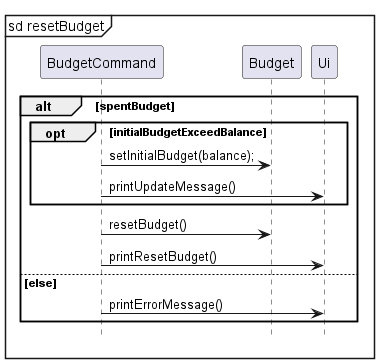
Above: docs/images/resetBudget.png in nus-cs2113-AY2324S1/tp (PlantUML), before the change. Source of this version:
```plantuml
@startuml

mainframe sd resetBudget
participant BudgetCommand
participant Budget
participant Ui

alt spentBudget
    opt initialBudgetExceedBalance
        BudgetCommand -> Budget: setInitialBudget(balance);
        BudgetCommand -> Ui: printUpdateMessage()
    end
    BudgetCommand -> Budget: resetBudget()
    BudgetCommand -> Ui: printResetBudget()
else else
    BudgetCommand -> Ui: printErrorMessage()
end

hide footbox
@enduml
```
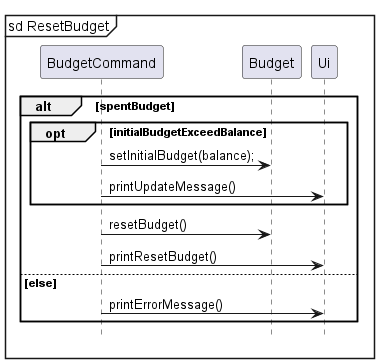
The same file after the commit.

What changed in the source:
```diff
@@ -1,6 +1,6 @@
 @startuml
 
-mainframe sd resetBudget
+mainframe sd ResetBudget
 participant BudgetCommand
 participant Budget
 participant Ui
```
